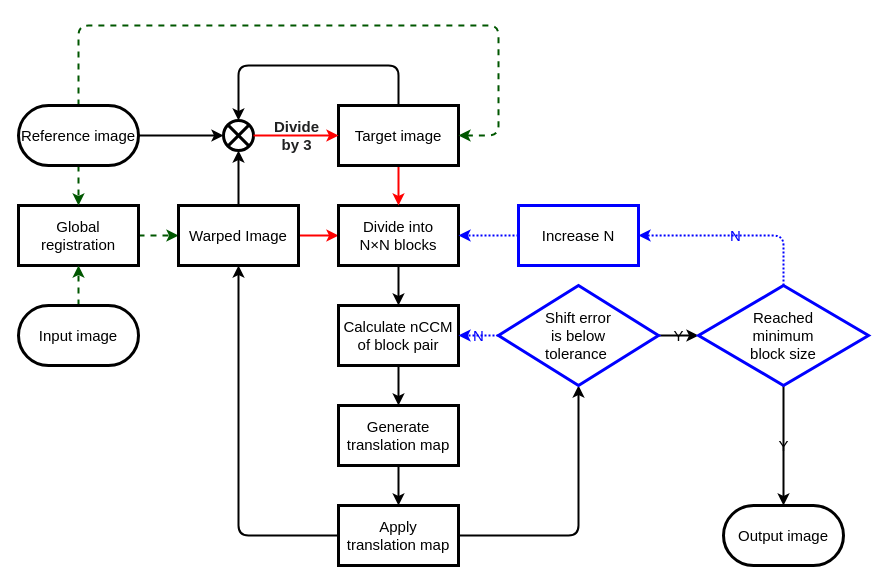
Above: page "Page-1" (2 of 2) of Registration/flow.dio in ZaneWiegand/Microscope-SR (draw.io), before the change. Source tidied: cells renumbered, new cells numbered last; positions are measured from the earlier drawing's top-left corner, leaving out a move shared by most shapes. Both pictures are drawn from the tidied source at 100%, with x=0, y=0 at pixel (18, 25).
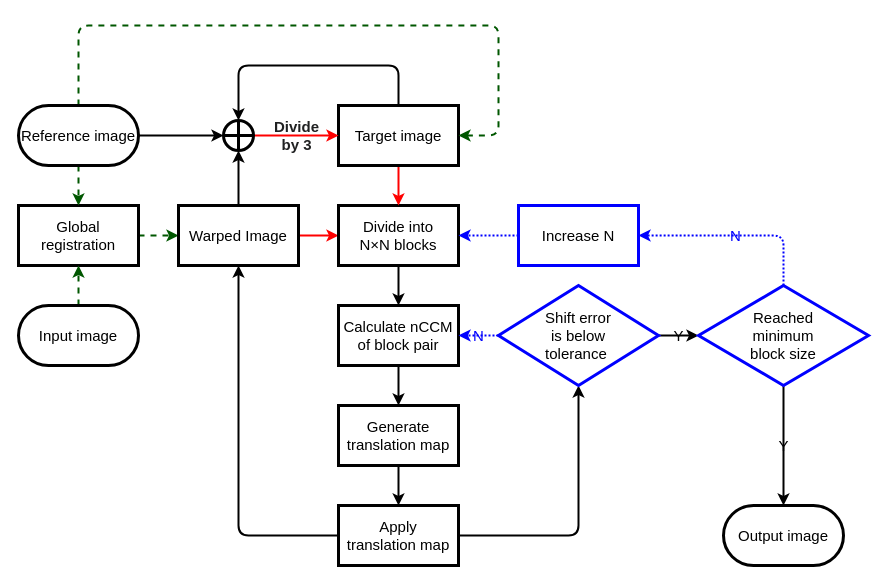
The same page after the edit.

The change refers to these unchanged cells:
```xml
<mxCell id="6" value="Warped Image" style="rounded=0;whiteSpace=wrap;html=1;fontSize=15;fontColor=#000000;fillColor=none;strokeColor=#000000;strokeWidth=3;" parent="1" vertex="1">
  <mxGeometry x="160" y="180" width="120" height="60" as="geometry" />
</mxCell>
<mxCell id="11" value="Target image" style="rounded=0;whiteSpace=wrap;html=1;fontSize=15;fontColor=#000000;fillColor=none;strokeColor=#000000;strokeWidth=3;" parent="1" vertex="1">
  <mxGeometry x="320" y="80" width="120" height="60" as="geometry" />
</mxCell>
<mxCell id="32" value="&lt;span&gt;Reference image&lt;/span&gt;" style="rounded=1;whiteSpace=wrap;html=1;fontSize=15;arcSize=50;fontColor=#000000;fillColor=none;strokeColor=#000000;strokeWidth=3;" parent="1" vertex="1">
  <mxGeometry y="80" width="120" height="60" as="geometry" />
</mxCell>
```

Change to the diagram source:
```diff
@@
-    <mxCell id="5" style="edgeStyle=none;html=1;exitX=0.5;exitY=0;exitDx=0;exitDy=0;entryX=0.5;entryY=1;entryDx=0;entryDy=0;fontSize=15;fontColor=#000000;strokeColor=#000000;strokeWidth=2;" parent="1" edge="1" source="6" target="34">
+    <mxCell id="5" style="edgeStyle=none;html=1;exitX=0.5;exitY=0;exitDx=0;exitDy=0;entryX=0.5;entryY=1;entryDx=0;entryDy=0;fontSize=15;fontColor=#000000;strokeColor=#000000;strokeWidth=2;" parent="1" edge="1" source="6" target="36">
       <mxGeometry relative="1" as="geometry" />
     </mxCell>
@@
-    <mxCell id="10" style="edgeStyle=none;html=1;exitX=0.5;exitY=0;exitDx=0;exitDy=0;entryX=0.5;entryY=0;entryDx=0;entryDy=0;fontSize=15;fontColor=#000000;strokeColor=#000000;strokeWidth=2;" parent="1" edge="1" source="11" target="34">
+    <mxCell id="10" style="edgeStyle=none;html=1;exitX=0.5;exitY=0;exitDx=0;exitDy=0;entryX=0.5;entryY=0;entryDx=0;entryDy=0;fontSize=15;fontColor=#000000;strokeColor=#000000;strokeWidth=2;" parent="1" edge="1" source="11" target="36">
       <mxGeometry relative="1" as="geometry">
         <Array as="points">
           <mxPoint x="380" y="40" />
           <mxPoint x="220" y="40" />
         </Array>
       </mxGeometry>
     </mxCell>
@@
-    <mxCell id="29" style="edgeStyle=none;html=1;exitX=1;exitY=0.5;exitDx=0;exitDy=0;entryX=0;entryY=0.5;entryDx=0;entryDy=0;fontSize=15;fontColor=#000000;strokeColor=#000000;strokeWidth=2;" parent="1" edge="1" source="32" target="34">
+    <mxCell id="29" style="edgeStyle=none;html=1;exitX=1;exitY=0.5;exitDx=0;exitDy=0;entryX=0;entryY=0.5;entryDx=0;entryDy=0;fontSize=15;fontColor=#000000;strokeColor=#000000;strokeWidth=2;" parent="1" edge="1" source="32" target="36">
       <mxGeometry relative="1" as="geometry" />
     </mxCell>
@@
-    <mxCell id="34" style="shape=sumEllipse;perimeter=ellipsePerimeter;whiteSpace=wrap;html=1;backgroundOutline=1;fillColor=none;strokeColor=#000000;strokeWidth=3;" parent="1" vertex="1">
-      <mxGeometry x="205" y="95" width="30" height="30" as="geometry" />
-    </mxCell>
-    <mxCell id="35" value="&lt;font style=&quot;font-size: 15px&quot;&gt;&lt;b&gt;&lt;span style=&quot;color: rgb(32 , 33 , 34) ; font-family: sans-serif&quot;&gt;Divide&lt;/span&gt;&lt;br style=&quot;color: rgb(32 , 33 , 34) ; font-family: sans-serif&quot;&gt;&lt;span style=&quot;color: rgb(32 , 33 , 34) ; font-family: sans-serif&quot;&gt;by 3&lt;/span&gt;&lt;/b&gt;&lt;/font&gt;&lt;font color=&quot;#202122&quot; face=&quot;sans-serif&quot;&gt;&lt;br&gt;&lt;/font&gt;" style="edgeStyle=none;html=1;exitX=1;exitY=0.5;exitDx=0;exitDy=0;entryX=0;entryY=0.5;entryDx=0;entryDy=0;fontSize=15;fillColor=#e3c800;fontColor=#000000;strokeWidth=2;strokeColor=#FF0000;labelBackgroundColor=none;" parent="1" edge="1" source="34" target="11">
+    <mxCell id="35" value="&lt;font style=&quot;font-size: 15px&quot;&gt;&lt;b&gt;&lt;span style=&quot;color: rgb(32 , 33 , 34) ; font-family: sans-serif&quot;&gt;Divide&lt;/span&gt;&lt;br style=&quot;color: rgb(32 , 33 , 34) ; font-family: sans-serif&quot;&gt;&lt;span style=&quot;color: rgb(32 , 33 , 34) ; font-family: sans-serif&quot;&gt;by 3&lt;/span&gt;&lt;/b&gt;&lt;/font&gt;&lt;font color=&quot;#202122&quot; face=&quot;sans-serif&quot;&gt;&lt;br&gt;&lt;/font&gt;" style="edgeStyle=none;html=1;exitX=1;exitY=0.5;exitDx=0;exitDy=0;entryX=0;entryY=0.5;entryDx=0;entryDy=0;fontSize=15;fillColor=#e3c800;fontColor=#000000;strokeWidth=2;strokeColor=#FF0000;labelBackgroundColor=none;" parent="1" edge="1" source="36" target="11">
       <mxGeometry relative="1" as="geometry" />
     </mxCell>
+    <mxCell id="36" style="shape=orEllipse;perimeter=ellipsePerimeter;whiteSpace=wrap;html=1;backgroundOutline=1;strokeColor=#000000;strokeWidth=3;" parent="1" vertex="1">
+      <mxGeometry x="205" y="95" width="30" height="30" as="geometry" />
+    </mxCell>
```
